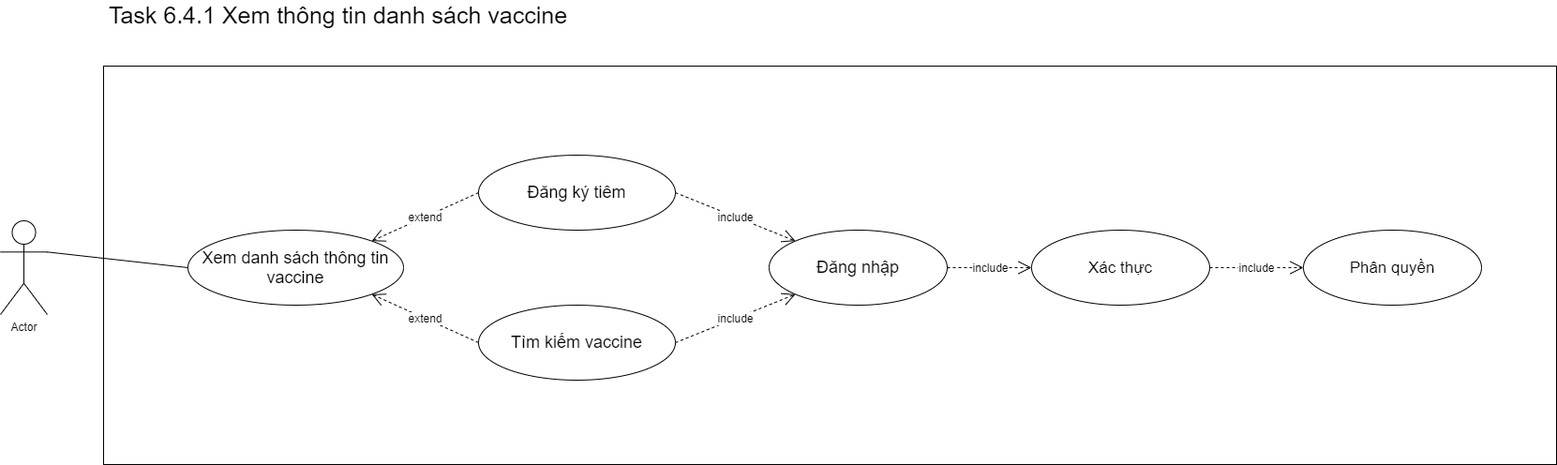
Above: Use_Case.png in trancongphuoc/C0720G1-TRANCONGPHUOC (draw.io), before the change. Source tidied: cells renumbered, new cells last; positions are measured from the earlier drawing's top-left corner, leaving out a move shared by most shapes. Its diagram source:
```xml
<mxGraphModel>
  <root>
    <mxCell id="0" />
    <mxCell id="1" parent="0" />
    <mxCell id="2" value="Actor" style="shape=umlActor;verticalLabelPosition=bottom;verticalAlign=top;html=1;outlineConnect=0;" parent="1" vertex="1">
      <mxGeometry y="230" width="50" height="100" as="geometry" />
    </mxCell>
    <mxCell id="3" style="rounded=0;whiteSpace=wrap;html=1;" parent="1" vertex="1">
      <mxGeometry x="110" y="65" width="1550" height="425" as="geometry" />
    </mxCell>
    <mxCell id="4" value="&lt;font style=&quot;font-size: 18px&quot;&gt;Xem danh sách thông tin vaccine&lt;/font&gt;" style="ellipse;whiteSpace=wrap;html=1;" parent="1" vertex="1">
      <mxGeometry x="200" y="240" width="230" height="80" as="geometry" />
    </mxCell>
    <mxCell id="5" value="&lt;font style=&quot;font-size: 18px&quot;&gt;Đăng ký tiêm&lt;/font&gt;" style="ellipse;whiteSpace=wrap;html=1;" parent="1" vertex="1">
      <mxGeometry x="510" y="160" width="210" height="80" as="geometry" />
    </mxCell>
    <mxCell id="6" value="&lt;font style=&quot;font-size: 12px&quot;&gt;extend&lt;/font&gt;" style="endArrow=open;endSize=12;dashed=1;html=1;exitX=0;exitY=0.5;exitDx=0;exitDy=0;entryX=1;entryY=0;entryDx=0;entryDy=0;" parent="1" edge="1" source="5" target="4">
      <mxGeometry relative="1" as="geometry" />
    </mxCell>
    <mxCell id="7" value="&lt;font style=&quot;font-size: 18px&quot;&gt;Tìm kiếm vaccine&lt;/font&gt;" style="ellipse;whiteSpace=wrap;html=1;" parent="1" vertex="1">
      <mxGeometry x="510" y="320" width="210" height="80" as="geometry" />
    </mxCell>
    <mxCell id="8" value="&lt;font style=&quot;font-size: 12px&quot;&gt;extend&lt;/font&gt;" style="endArrow=open;endSize=12;dashed=1;html=1;exitX=0;exitY=0.5;exitDx=0;exitDy=0;entryX=1;entryY=1;entryDx=0;entryDy=0;" parent="1" edge="1" source="7" target="4">
      <mxGeometry relative="1" as="geometry" />
    </mxCell>
    <mxCell id="9" style="endArrow=none;html=1;exitX=1;exitY=0.3333333333333333;exitDx=0;exitDy=0;exitPerimeter=0;entryX=0;entryY=0.5;entryDx=0;entryDy=0;" parent="1" edge="1" source="2" target="4">
      <mxGeometry relative="1" as="geometry" />
    </mxCell>
    <mxCell id="10" value="&lt;font style=&quot;font-size: 18px&quot;&gt;Đăng nhập&lt;/font&gt;" style="ellipse;whiteSpace=wrap;html=1;" parent="1" vertex="1">
      <mxGeometry x="820" y="240" width="190" height="80" as="geometry" />
    </mxCell>
    <mxCell id="11" value="&lt;font style=&quot;font-size: 12px&quot;&gt;include&lt;br&gt;&lt;/font&gt;" style="endArrow=open;endSize=12;dashed=1;html=1;entryX=0;entryY=0;entryDx=0;entryDy=0;exitX=1;exitY=0.5;exitDx=0;exitDy=0;" parent="1" edge="1" source="5" target="10">
      <mxGeometry relative="1" as="geometry" />
    </mxCell>
    <mxCell id="12" value="&lt;font style=&quot;font-size: 12px&quot;&gt;include&lt;br&gt;&lt;/font&gt;" style="endArrow=open;endSize=12;dashed=1;html=1;entryX=0;entryY=1;entryDx=0;entryDy=0;exitX=1;exitY=0.5;exitDx=0;exitDy=0;" parent="1" edge="1" source="7" target="10">
      <mxGeometry relative="1" as="geometry" />
    </mxCell>
    <mxCell id="13" value="&lt;font style=&quot;font-size: 17px&quot;&gt;Xác thực&lt;/font&gt;" style="ellipse;whiteSpace=wrap;html=1;" parent="1" vertex="1">
      <mxGeometry x="1100" y="240" width="190" height="80" as="geometry" />
    </mxCell>
    <mxCell id="14" value="&lt;font style=&quot;font-size: 12px&quot;&gt;include&lt;br&gt;&lt;/font&gt;" style="endArrow=open;endSize=12;dashed=1;html=1;entryX=0;entryY=0.5;entryDx=0;entryDy=0;exitX=1;exitY=0.5;exitDx=0;exitDy=0;" parent="1" edge="1" source="10" target="13">
      <mxGeometry relative="1" as="geometry" />
    </mxCell>
    <mxCell id="15" value="&lt;font style=&quot;font-size: 17px&quot;&gt;Phân quyền&lt;/font&gt;" style="ellipse;whiteSpace=wrap;html=1;" parent="1" vertex="1">
      <mxGeometry x="1390" y="240" width="190" height="80" as="geometry" />
    </mxCell>
    <mxCell id="16" value="&lt;font style=&quot;font-size: 12px&quot;&gt;include&lt;br&gt;&lt;/font&gt;" style="endArrow=open;endSize=12;dashed=1;html=1;entryX=0;entryY=0.5;entryDx=0;entryDy=0;exitX=1;exitY=0.5;exitDx=0;exitDy=0;" parent="1" edge="1" source="13" target="15">
      <mxGeometry relative="1" as="geometry" />
    </mxCell>
    <mxCell id="17" value="&lt;font style=&quot;font-size: 25px&quot;&gt;Task 6.4.1 Xem thông tin danh sách vaccine&lt;/font&gt;" style="text;html=1;align=center;verticalAlign=middle;" parent="1" vertex="1">
      <mxGeometry x="110" width="500" height="20" as="geometry" />
    </mxCell>
  </root>
</mxGraphModel>
```
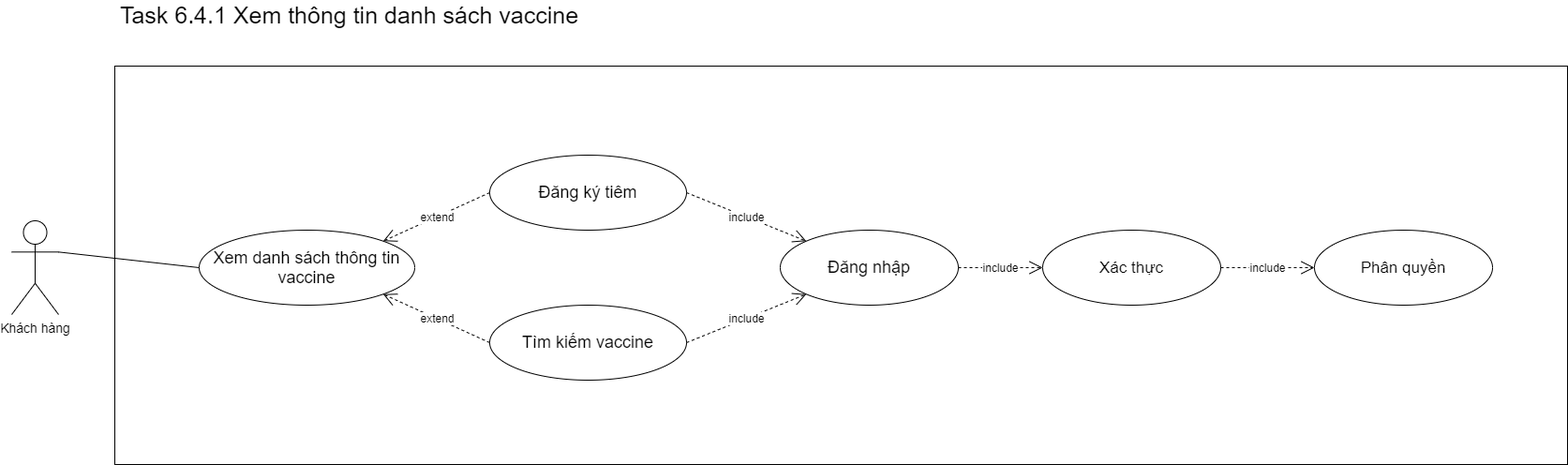
Later version of the same file.

The edit, as a diff of the source:
```diff
@@ -2,7 +2,7 @@
   <root>
     <mxCell id="0" />
     <mxCell id="1" parent="0" />
-    <mxCell id="2" value="Actor" style="shape=umlActor;verticalLabelPosition=bottom;verticalAlign=top;html=1;outlineConnect=0;" parent="1" vertex="1">
+    <mxCell id="2" value="&lt;font style=&quot;font-size: 14px&quot;&gt;Khách hàng&lt;/font&gt;" style="shape=umlActor;verticalLabelPosition=bottom;verticalAlign=top;html=1;outlineConnect=0;" parent="1" vertex="1">
       <mxGeometry y="230" width="50" height="100" as="geometry" />
     </mxCell>
     <mxCell id="3" style="rounded=0;whiteSpace=wrap;html=1;" parent="1" vertex="1">
```
